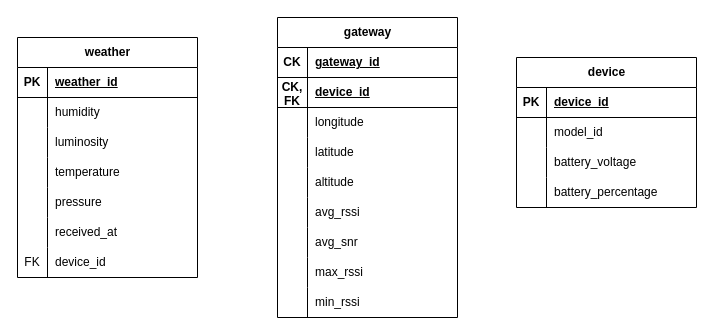
Above: weather_state.drawio in Rizame/LoRaGroup3 (draw.io), before the change. Source tidied: cells renumbered, new cells numbered last; positions are measured from the earlier drawing's top-left corner, leaving out a move shared by most shapes. Both pictures are drawn from the tidied source at 100%, with x=0, y=0 at pixel (17, 17).
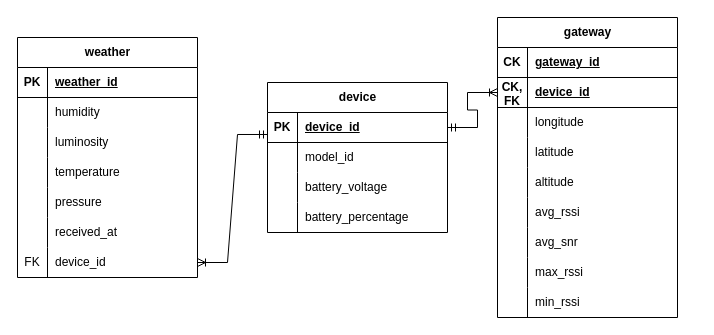
The same diagram, later.

Unchanged cells that the change refers to:
```xml
<mxCell id="21" style="shape=tableRow;horizontal=0;startSize=0;swimlaneHead=0;swimlaneBody=0;fillColor=none;points=[[0,0.5],[1,0.5]];portConstraint=eastwest;top=0;left=0;right=0;bottom=0;" parent="2" vertex="1">
  <mxGeometry y="210" width="180" height="30" as="geometry" />
</mxCell>
<mxCell id="25" style="shape=tableRow;horizontal=0;startSize=0;swimlaneHead=0;swimlaneBody=0;fillColor=none;points=[[0,0.5],[1,0.5]];portConstraint=eastwest;top=0;left=0;right=0;bottom=1;" parent="24" vertex="1">
  <mxGeometry y="30" width="180" height="30" as="geometry" />
</mxCell>
<mxCell id="41" style="shape=tableRow;horizontal=0;startSize=0;swimlaneHead=0;swimlaneBody=0;fillColor=none;points=[[0,0.5],[1,0.5]];portConstraint=eastwest;top=0;left=0;right=0;bottom=1;" parent="37" vertex="1">
  <mxGeometry y="60" width="180" height="30" as="geometry" />
</mxCell>
```

Diff of the diagram source:
```diff
@@
     <mxCell id="24" value="device" style="shape=table;startSize=30;childLayout=tableLayout;rowLines=0;fontStyle=1;align=center;html=1;" parent="1" vertex="1">
-      <mxGeometry x="499" y="40" width="180" height="150" as="geometry" />
+      <mxGeometry x="250" y="65" width="180" height="150" as="geometry" />
     </mxCell>
@@
     <mxCell id="37" value="gateway" style="shape=table;startSize=30;childLayout=tableLayout;rowLines=0;fontStyle=1;align=center;html=1;" parent="1" vertex="1">
-      <mxGeometry x="260" width="180" height="300" as="geometry" />
+      <mxGeometry x="480" width="180" height="300" as="geometry" />
     </mxCell>
@@
+    <mxCell id="65" style="edgeStyle=entityRelationEdgeStyle;fontSize=12;html=1;endArrow=ERoneToMany;startArrow=ERmandOne;rounded=0;exitX=0;exitY=0.733;exitDx=0;exitDy=0;exitPerimeter=0;entryX=1;entryY=0.5;entryDx=0;entryDy=0;" parent="1" edge="1" source="25" target="21">
+      <mxGeometry relative="1" as="geometry" />
+    </mxCell>
+    <mxCell id="66" style="edgeStyle=entityRelationEdgeStyle;fontSize=12;html=1;endArrow=ERoneToMany;startArrow=ERmandOne;rounded=0;exitX=1;exitY=0.5;exitDx=0;exitDy=0;entryX=0;entryY=0.5;entryDx=0;entryDy=0;" parent="1" edge="1" source="25" target="41">
+      <mxGeometry relative="1" as="geometry" />
+    </mxCell>
```
